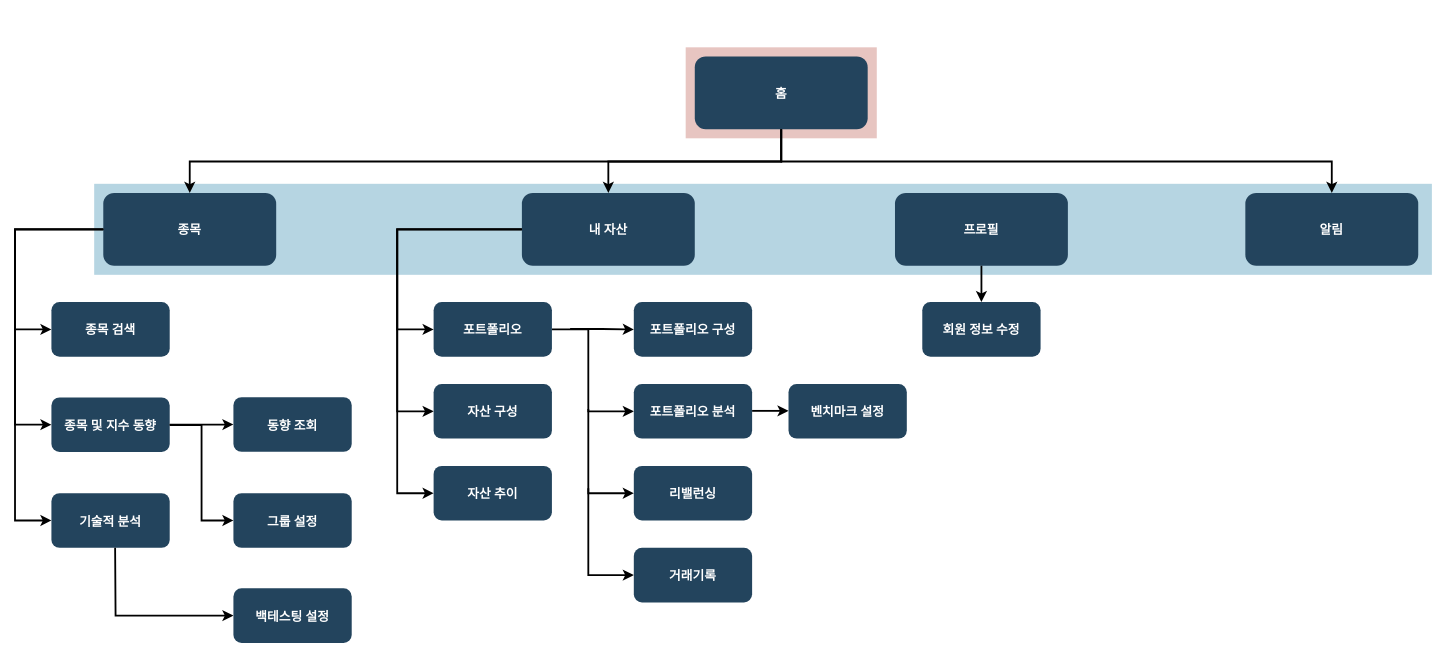
The draw.io diagram Site-Map.drawio in Park-Github/People-of-Invest, before the edit. Source tidied: cells renumbered, new cells numbered last; positions are measured from the earlier drawing's top-left corner, leaving out a move shared by most shapes. Both pictures are drawn from the tidied source at 91%, with x=0, y=0 at pixel (15, 47).
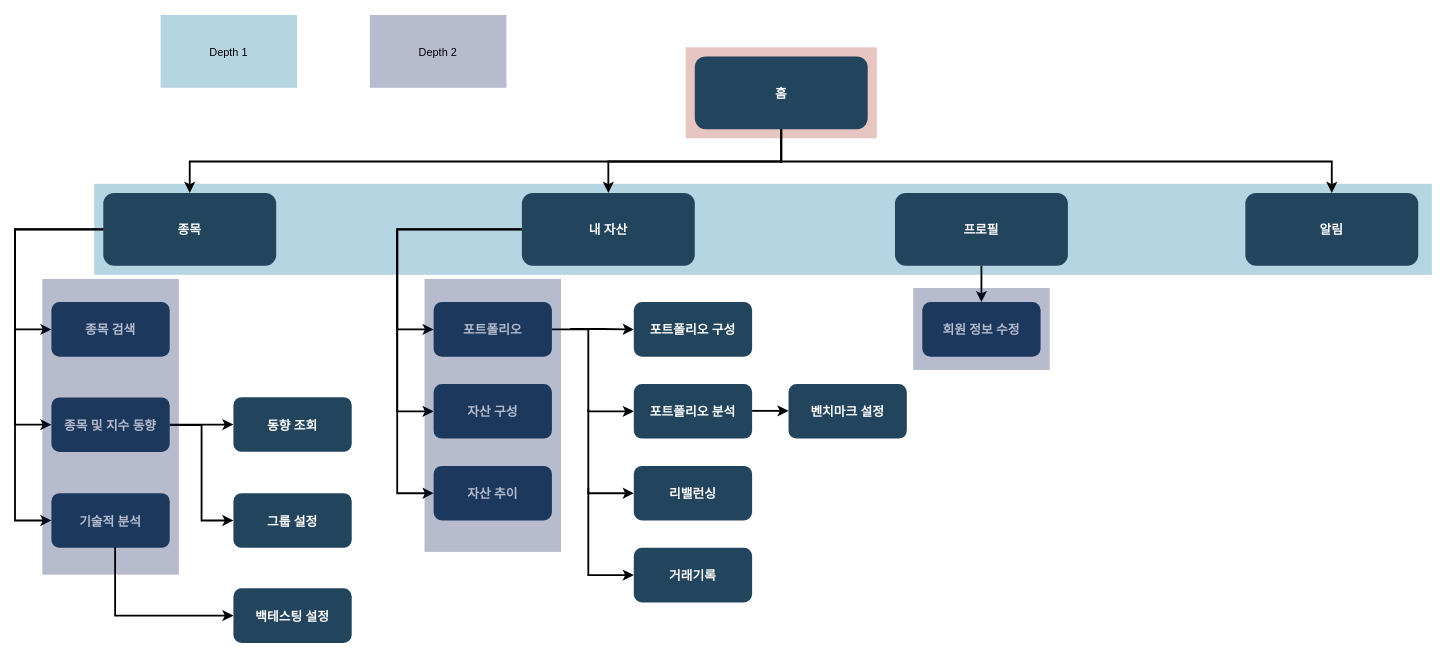
The same page after the edit.

The change refers to these unchanged cells:
```xml
<mxCell id="38" value="백테스팅 설정" style="rounded=1;fillColor=#23445D;gradientColor=none;strokeColor=none;fontColor=#FFFFFF;fontStyle=1;fontFamily=Tahoma;fontSize=14;" parent="1" vertex="1">
  <mxGeometry x="240" y="594" width="130" height="60" as="geometry" />
</mxCell>
```

Change to the diagram source:
```diff
@@
-    <mxCell id="37" style="edgeStyle=elbowEdgeStyle;elbow=horizontal;strokeWidth=2;rounded=0;entryX=0;entryY=0.5;entryDx=0;entryDy=0;exitX=0.75;exitY=1;exitDx=0;exitDy=0;" parent="1" edge="1" target="38">
-      <mxGeometry x="-23" y="135.5" as="geometry">
-        <mxPoint x="110" y="549.5" as="sourcePoint" />
-        <Array as="points">
-          <mxPoint x="110.5" y="584" />
-        </Array>
-      </mxGeometry>
-    </mxCell>
@@
+    <mxCell id="43" style="fillColor=#10205E;strokeColor=none;opacity=30;" parent="1" vertex="1">
+      <mxGeometry x="30" y="254" width="150" height="325" as="geometry" />
+    </mxCell>
+    <mxCell id="44" style="fillColor=#10205E;strokeColor=none;opacity=30;" parent="1" vertex="1">
+      <mxGeometry x="450" y="254" width="150" height="300" as="geometry" />
+    </mxCell>
+    <mxCell id="45" style="fillColor=#10205E;strokeColor=none;opacity=30;" parent="1" vertex="1">
+      <mxGeometry x="987" y="264" width="150" height="90" as="geometry" />
+    </mxCell>
+    <mxCell id="46" value="Depth 1" style="fillColor=#10739E;strokeColor=none;opacity=30;" parent="1" vertex="1">
+      <mxGeometry x="160" y="-36" width="150" height="80" as="geometry" />
+    </mxCell>
+    <mxCell id="47" value="Depth 2" style="fillColor=#10205E;strokeColor=none;opacity=30;" parent="1" vertex="1">
+      <mxGeometry x="390" y="-36" width="150" height="80" as="geometry" />
+    </mxCell>
+    <mxCell id="48" style="edgeStyle=elbowEdgeStyle;elbow=horizontal;strokeWidth=2;rounded=0;entryX=0;entryY=0.5;entryDx=0;entryDy=0;" parent="1" edge="1" target="38">
+      <mxGeometry x="-23" y="135.5" as="geometry">
+        <mxPoint x="110" y="549" as="sourcePoint" />
+        <Array as="points">
+          <mxPoint x="110" y="654" />
+        </Array>
+      </mxGeometry>
+    </mxCell>
```
